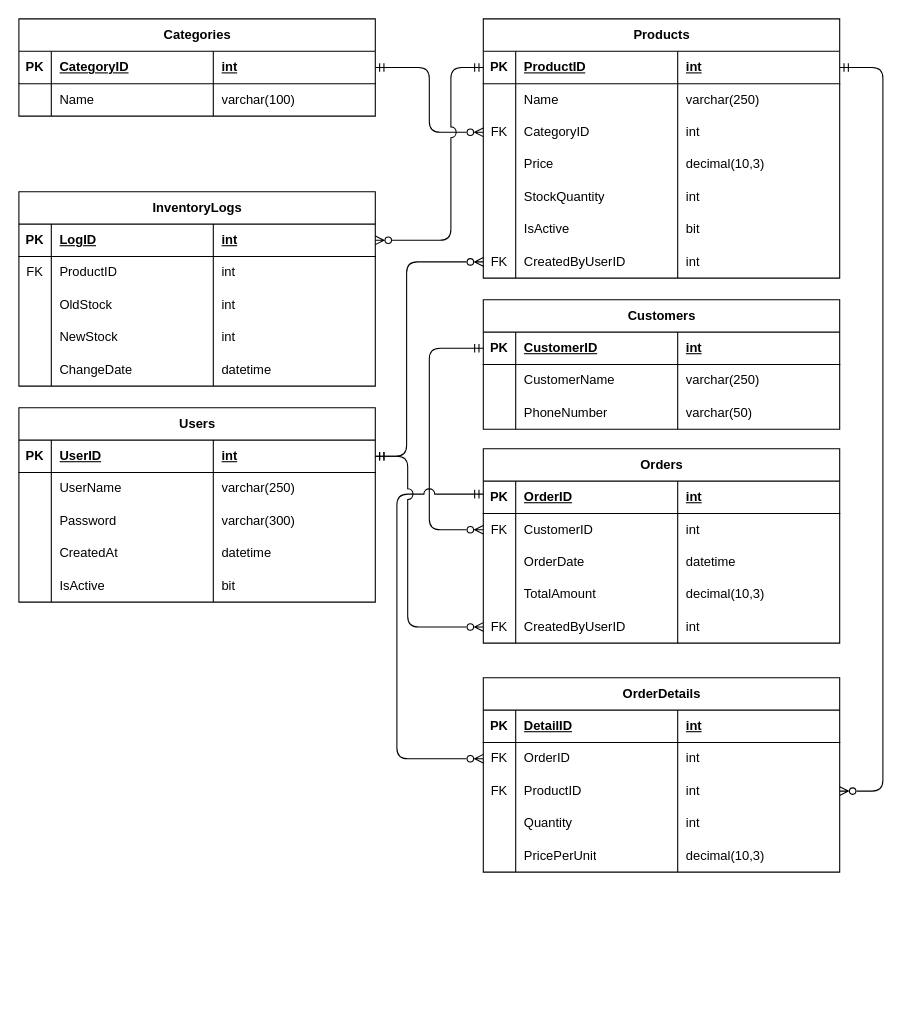
This is schema/MiniStore.dio from AAkhzami/MiniStore_Project, a draw.io file, before an edit. Source tidied: cells renumbered, new cells numbered last; positions are measured from the earlier drawing's top-left corner, leaving out a move shared by most shapes. Both pictures are drawn from the tidied source at 108%, with x=0, y=0 at pixel (18, 18).
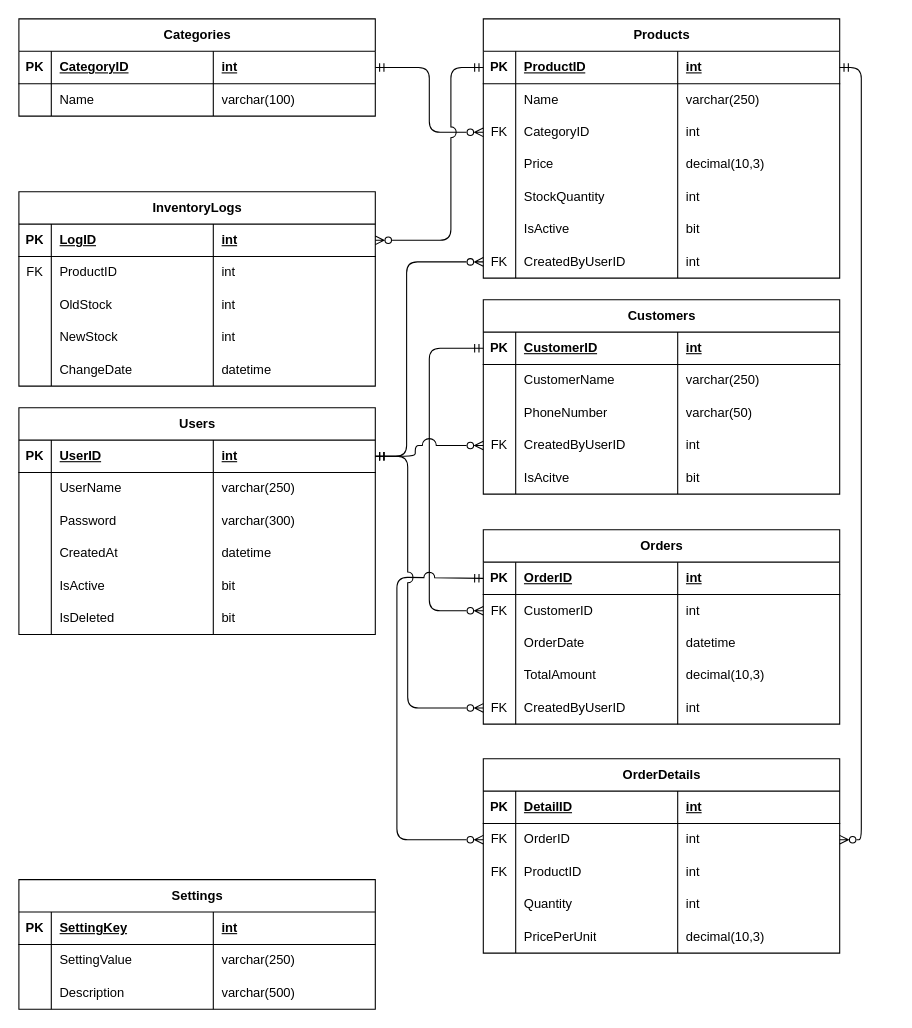
The same page after the edit.

Commit message (it also covers changes not shown here):
Update the schema of the database

Unchanged cells that the change refers to:
```xml
<mxCell id="12" style="shape=tableRow;horizontal=0;startSize=0;swimlaneHead=0;swimlaneBody=0;fillColor=none;points=[[0,0.5],[1,0.5]];portConstraint=eastwest;top=0;left=0;right=0;bottom=1;" parent="11" vertex="1">
  <mxGeometry y="30" width="330" height="30" as="geometry" />
</mxCell>
<mxCell id="42" style="shape=tableRow;horizontal=0;startSize=0;swimlaneHead=0;swimlaneBody=0;fillColor=none;points=[[0,0.5],[1,0.5]];portConstraint=eastwest;top=0;left=0;right=0;bottom=1;" parent="41" vertex="1">
  <mxGeometry y="30" width="330" height="30" as="geometry" />
</mxCell>
<mxCell id="55" style="shape=tableRow;horizontal=0;startSize=0;swimlaneHead=0;swimlaneBody=0;fillColor=none;points=[[0,0.5],[1,0.5]];portConstraint=eastwest;top=0;left=0;right=0;bottom=1;" parent="54" vertex="1">
  <mxGeometry y="30" width="330" height="30" as="geometry" />
</mxCell>
<mxCell id="59" style="shape=tableRow;horizontal=0;startSize=0;swimlaneHead=0;swimlaneBody=0;fillColor=none;points=[[0,0.5],[1,0.5]];portConstraint=eastwest;top=0;left=0;right=0;bottom=0;" parent="54" vertex="1">
  <mxGeometry y="60" width="330" height="30" as="geometry" />
</mxCell>
<mxCell id="71" style="shape=tableRow;horizontal=0;startSize=0;swimlaneHead=0;swimlaneBody=0;fillColor=none;points=[[0,0.5],[1,0.5]];portConstraint=eastwest;top=0;left=0;right=0;bottom=0;" parent="54" vertex="1">
  <mxGeometry y="150" width="330" height="30" as="geometry" />
</mxCell>
<mxCell id="81" style="shape=tableRow;horizontal=0;startSize=0;swimlaneHead=0;swimlaneBody=0;fillColor=none;points=[[0,0.5],[1,0.5]];portConstraint=eastwest;top=0;left=0;right=0;bottom=0;" parent="76" vertex="1">
  <mxGeometry y="60" width="330" height="30" as="geometry" />
</mxCell>
<mxCell id="85" style="shape=tableRow;horizontal=0;startSize=0;swimlaneHead=0;swimlaneBody=0;fillColor=none;points=[[0,0.5],[1,0.5]];portConstraint=eastwest;top=0;left=0;right=0;bottom=0;" parent="76" vertex="1">
  <mxGeometry y="90" width="330" height="30" as="geometry" />
</mxCell>
<mxCell id="122" style="shape=tableRow;horizontal=0;startSize=0;swimlaneHead=0;swimlaneBody=0;fillColor=none;points=[[0,0.5],[1,0.5]];portConstraint=eastwest;top=0;left=0;right=0;bottom=1;" parent="121" vertex="1">
  <mxGeometry y="30" width="330" height="30" as="geometry" />
</mxCell>
```

Diff of the diagram source:
```diff
@@
     <mxCell id="41" value="Customers" style="shape=table;startSize=30;childLayout=tableLayout;rowLines=0;fontStyle=1;align=center;html=1;" parent="1" vertex="1">
-      <mxGeometry x="430" y="260" width="330" height="120" as="geometry" />
+      <mxGeometry x="430" y="260" width="330" height="180" as="geometry" />
     </mxCell>
@@
+    <mxCell id="144" style="shape=tableRow;horizontal=0;startSize=0;swimlaneHead=0;swimlaneBody=0;fillColor=none;points=[[0,0.5],[1,0.5]];portConstraint=eastwest;top=0;left=0;right=0;bottom=0;" parent="41" vertex="1">
+      <mxGeometry y="120" width="330" height="30" as="geometry" />
+    </mxCell>
+    <mxCell id="145" value="FK" style="shape=partialRectangle;fillColor=none;top=0;left=0;bottom=0;right=0;overflow=hidden;whiteSpace=wrap;html=1;" parent="144" vertex="1">
+      <mxGeometry width="30" height="30" as="geometry" />
+    </mxCell>
+    <mxCell id="146" value="CreatedByUserID" style="shape=partialRectangle;fillColor=none;top=0;left=0;bottom=0;right=0;align=left;spacingLeft=6;overflow=hidden;whiteSpace=wrap;html=1;" parent="144" vertex="1">
+      <mxGeometry x="30" width="150" height="30" as="geometry" />
+    </mxCell>
+    <mxCell id="147" value="int" style="shape=partialRectangle;fillColor=none;top=0;left=0;bottom=0;right=0;align=left;spacingLeft=6;overflow=hidden;whiteSpace=wrap;html=1;" parent="144" vertex="1">
+      <mxGeometry x="180" width="150" height="30" as="geometry" />
+    </mxCell>
+    <mxCell id="148" style="shape=tableRow;horizontal=0;startSize=0;swimlaneHead=0;swimlaneBody=0;fillColor=none;top=0;left=0;right=0;bottom=0;" parent="41" vertex="1">
+      <mxGeometry y="150" width="330" height="30" as="geometry" />
+    </mxCell>
+    <mxCell id="149" style="shape=partialRectangle;fillColor=none;top=0;left=0;bottom=0;right=0;overflow=hidden;whiteSpace=wrap;html=1;" parent="148" vertex="1">
+      <mxGeometry width="30" height="30" as="geometry" />
+    </mxCell>
+    <mxCell id="150" value="IsAcitve" style="shape=partialRectangle;fillColor=none;top=0;left=0;bottom=0;right=0;align=left;spacingLeft=6;overflow=hidden;whiteSpace=wrap;html=1;" parent="148" vertex="1">
+      <mxGeometry x="30" width="150" height="30" as="geometry" />
+    </mxCell>
+    <mxCell id="151" value="bit" style="shape=partialRectangle;fillColor=none;top=0;left=0;bottom=0;right=0;align=left;spacingLeft=6;overflow=hidden;whiteSpace=wrap;html=1;" parent="148" vertex="1">
+      <mxGeometry x="180" width="150" height="30" as="geometry" />
+    </mxCell>
     <mxCell id="54" value="Orders" style="shape=table;startSize=30;childLayout=tableLayout;rowLines=0;fontStyle=1;align=center;html=1;" parent="1" vertex="1">
-      <mxGeometry x="430" y="398" width="330" height="180" as="geometry" />
+      <mxGeometry x="430" y="473" width="330" height="180" as="geometry" />
     </mxCell>
@@
     <mxCell id="75" style="edgeStyle=orthogonalEdgeStyle;html=1;entryX=0;entryY=0.5;entryDx=0;entryDy=0;endArrow=ERmandOne;endFill=0;startArrow=ERzeroToMany;startFill=0;exitX=0;exitY=0.5;exitDx=0;exitDy=0;" parent="1" edge="1" source="59" target="42">
       <mxGeometry relative="1" as="geometry">
         <Array as="points">
-          <mxPoint x="380" y="473" />
+          <mxPoint x="380" y="548" />
           <mxPoint x="380" y="305" />
         </Array>
       </mxGeometry>
     </mxCell>
     <mxCell id="76" value="OrderDetails" style="shape=table;startSize=30;childLayout=tableLayout;rowLines=0;fontStyle=1;align=center;html=1;" parent="1" vertex="1">
-      <mxGeometry x="430" y="610" width="330" height="180" as="geometry" />
+      <mxGeometry x="430" y="685" width="330" height="180" as="geometry" />
     </mxCell>
@@
-    <mxCell id="97" style="edgeStyle=orthogonalEdgeStyle;html=1;endArrow=ERmandOne;endFill=0;startArrow=ERzeroToMany;startFill=0;jumpStyle=arc;jumpSize=10;" parent="1" edge="1" source="81" target="55">
+    <mxCell id="97" style="edgeStyle=orthogonalEdgeStyle;html=1;endArrow=ERmandOne;endFill=0;startArrow=ERzeroToMany;startFill=0;jumpStyle=arc;jumpSize=10;entryX=0;entryY=0.5;entryDx=0;entryDy=0;exitX=0;exitY=0.5;exitDx=0;exitDy=0;" parent="1" edge="1" source="81" target="55">
       <mxGeometry relative="1" as="geometry">
         <Array as="points">
-          <mxPoint x="350" y="685" />
-          <mxPoint x="350" y="440" />
+          <mxPoint x="350" y="760" />
+          <mxPoint x="350" y="517" />
+          <mxPoint x="430" y="517" />
         </Array>
       </mxGeometry>
     </mxCell>
-    <mxCell id="98" style="edgeStyle=orthogonalEdgeStyle;html=1;entryX=1;entryY=0.5;entryDx=0;entryDy=0;endArrow=ERmandOne;endFill=0;startArrow=ERzeroToMany;startFill=0;" parent="1" edge="1" source="85" target="12">
-      <mxGeometry relative="1" as="geometry">
-        <Array as="points">
-          <mxPoint x="800" y="715" />
-          <mxPoint x="800" y="45" />
-        </Array>
-      </mxGeometry>
-    </mxCell>
@@
     <mxCell id="121" value="Users" style="shape=table;startSize=30;childLayout=tableLayout;rowLines=0;fontStyle=1;align=center;html=1;" parent="1" vertex="1">
-      <mxGeometry y="360" width="330" height="180" as="geometry" />
+      <mxGeometry y="360" width="330" height="210" as="geometry" />
     </mxCell>
@@
+    <mxCell id="152" style="shape=tableRow;horizontal=0;startSize=0;swimlaneHead=0;swimlaneBody=0;fillColor=none;top=0;left=0;right=0;bottom=0;" parent="121" vertex="1">
+      <mxGeometry y="180" width="330" height="30" as="geometry" />
+    </mxCell>
+    <mxCell id="153" style="shape=partialRectangle;fillColor=none;top=0;left=0;bottom=0;right=0;overflow=hidden;whiteSpace=wrap;html=1;" parent="152" vertex="1">
+      <mxGeometry width="30" height="30" as="geometry" />
+    </mxCell>
+    <mxCell id="154" value="IsDeleted" style="shape=partialRectangle;fillColor=none;top=0;left=0;bottom=0;right=0;align=left;spacingLeft=6;overflow=hidden;whiteSpace=wrap;html=1;" parent="152" vertex="1">
+      <mxGeometry x="30" width="150" height="30" as="geometry" />
+    </mxCell>
+    <mxCell id="155" value="bit" style="shape=partialRectangle;fillColor=none;top=0;left=0;bottom=0;right=0;align=left;spacingLeft=6;overflow=hidden;whiteSpace=wrap;html=1;" parent="152" vertex="1">
+      <mxGeometry x="180" width="150" height="30" as="geometry" />
+    </mxCell>
@@
-    <mxCell id="143" style="edgeStyle=orthogonalEdgeStyle;html=1;entryX=1;entryY=0.5;entryDx=0;entryDy=0;endArrow=ERmandOne;endFill=0;startArrow=ERzeroToMany;startFill=0;jumpStyle=arc;jumpSize=10;" parent="1" edge="1" source="71" target="122">
+    <mxCell id="143" style="edgeStyle=orthogonalEdgeStyle;html=1;entryX=1;entryY=0.5;entryDx=0;entryDy=0;endArrow=ERmandOne;endFill=0;startArrow=ERzeroToMany;startFill=0;jumpStyle=arc;jumpSize=10;exitX=0;exitY=0.5;exitDx=0;exitDy=0;" parent="1" edge="1" source="71" target="122">
       <mxGeometry relative="1" as="geometry">
         <Array as="points">
-          <mxPoint x="360" y="563" />
+          <mxPoint x="360" y="638" />
           <mxPoint x="360" y="405" />
         </Array>
       </mxGeometry>
     </mxCell>
+    <mxCell id="156" style="edgeStyle=orthogonalEdgeStyle;html=1;entryX=1;entryY=0.5;entryDx=0;entryDy=0;endArrow=ERmandOne;endFill=0;startArrow=ERzeroToMany;startFill=0;exitX=1;exitY=0.5;exitDx=0;exitDy=0;" parent="1" edge="1" source="81" target="12">
+      <mxGeometry relative="1" as="geometry">
+        <Array as="points">
+          <mxPoint x="780" y="760" />
+          <mxPoint x="780" y="45" />
+        </Array>
+      </mxGeometry>
+    </mxCell>
+    <mxCell id="157" style="html=1;entryX=1;entryY=0.5;entryDx=0;entryDy=0;jumpStyle=arc;jumpSize=13;edgeStyle=orthogonalEdgeStyle;endArrow=ERmandOne;endFill=0;startArrow=ERzeroToMany;startFill=0;" parent="1" edge="1" source="144" target="122">
+      <mxGeometry relative="1" as="geometry">
+        <Array as="points">
+          <mxPoint x="367" y="395" />
+          <mxPoint x="367" y="405" />
+        </Array>
+      </mxGeometry>
+    </mxCell>
+    <mxCell id="158" value="Settings" style="shape=table;startSize=30;childLayout=tableLayout;rowLines=0;fontStyle=1;align=center;html=1;" parent="1" vertex="1">
+      <mxGeometry y="797" width="330" height="120" as="geometry" />
+    </mxCell>
+    <mxCell id="159" style="shape=tableRow;horizontal=0;startSize=0;swimlaneHead=0;swimlaneBody=0;fillColor=none;top=0;left=0;right=0;bottom=1;" parent="158" vertex="1">
+      <mxGeometry y="30" width="330" height="30" as="geometry" />
+    </mxCell>
+    <mxCell id="160" value="PK" style="shape=partialRectangle;fillColor=none;top=0;left=0;bottom=0;right=0;fontStyle=1;overflow=hidden;whiteSpace=wrap;html=1;" parent="159" vertex="1">
+      <mxGeometry width="30" height="30" as="geometry" />
+    </mxCell>
+    <mxCell id="161" value="SettingKey" style="shape=partialRectangle;fillColor=none;top=0;left=0;bottom=0;right=0;align=left;spacingLeft=6;fontStyle=5;overflow=hidden;whiteSpace=wrap;html=1;" parent="159" vertex="1">
+      <mxGeometry x="30" width="150" height="30" as="geometry" />
+    </mxCell>
+    <mxCell id="162" value="int" style="shape=partialRectangle;fillColor=none;top=0;left=0;bottom=0;right=0;align=left;spacingLeft=6;fontStyle=5;overflow=hidden;whiteSpace=wrap;html=1;" parent="159" vertex="1">
+      <mxGeometry x="180" width="150" height="30" as="geometry" />
+    </mxCell>
+    <mxCell id="163" style="shape=tableRow;horizontal=0;startSize=0;swimlaneHead=0;swimlaneBody=0;fillColor=none;top=0;left=0;right=0;bottom=0;" parent="158" vertex="1">
+      <mxGeometry y="60" width="330" height="30" as="geometry" />
+    </mxCell>
+    <mxCell id="164" style="shape=partialRectangle;fillColor=none;top=0;left=0;bottom=0;right=0;overflow=hidden;whiteSpace=wrap;html=1;" parent="163" vertex="1">
+      <mxGeometry width="30" height="30" as="geometry" />
+    </mxCell>
+    <mxCell id="165" value="SettingValue" style="shape=partialRectangle;fillColor=none;top=0;left=0;bottom=0;right=0;align=left;spacingLeft=6;overflow=hidden;whiteSpace=wrap;html=1;" parent="163" vertex="1">
+      <mxGeometry x="30" width="150" height="30" as="geometry" />
+    </mxCell>
+    <mxCell id="166" value="varchar(250)" style="shape=partialRectangle;fillColor=none;top=0;left=0;bottom=0;right=0;align=left;spacingLeft=6;overflow=hidden;whiteSpace=wrap;html=1;" parent="163" vertex="1">
+      <mxGeometry x="180" width="150" height="30" as="geometry" />
+    </mxCell>
+    <mxCell id="167" style="shape=tableRow;horizontal=0;startSize=0;swimlaneHead=0;swimlaneBody=0;fillColor=none;top=0;left=0;right=0;bottom=0;" parent="158" vertex="1">
+      <mxGeometry y="90" width="330" height="30" as="geometry" />
+    </mxCell>
+    <mxCell id="168" style="shape=partialRectangle;fillColor=none;top=0;left=0;bottom=0;right=0;overflow=hidden;whiteSpace=wrap;html=1;" parent="167" vertex="1">
+      <mxGeometry width="30" height="30" as="geometry" />
+    </mxCell>
+    <mxCell id="169" value="Description" style="shape=partialRectangle;fillColor=none;top=0;left=0;bottom=0;right=0;align=left;spacingLeft=6;overflow=hidden;whiteSpace=wrap;html=1;" parent="167" vertex="1">
+      <mxGeometry x="30" width="150" height="30" as="geometry" />
+    </mxCell>
+    <mxCell id="170" value="varchar(500)" style="shape=partialRectangle;fillColor=none;top=0;left=0;bottom=0;right=0;align=left;spacingLeft=6;overflow=hidden;whiteSpace=wrap;html=1;" parent="167" vertex="1">
+      <mxGeometry x="180" width="150" height="30" as="geometry" />
+    </mxCell>
```
